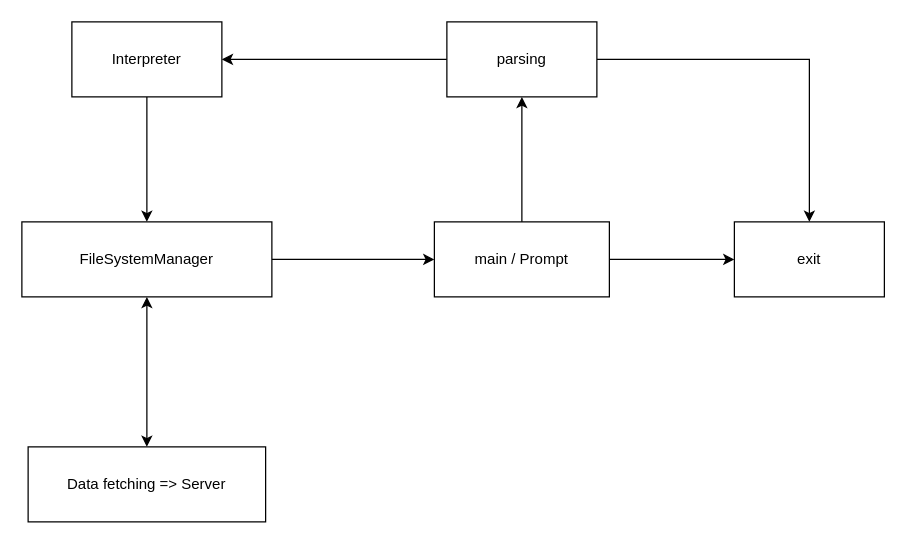
This is page "Main functionment" (2 of 4) of docs/DBMS_architecture.drawio from 42-AI/DBMS, a draw.io file, before an edit. Source tidied: cells renumbered, new cells numbered last; positions are measured from the earlier drawing's top-left corner, leaving out a move shared by most shapes. Both pictures are drawn from the tidied source at 125%, with x=0, y=0 at pixel (21, 21).
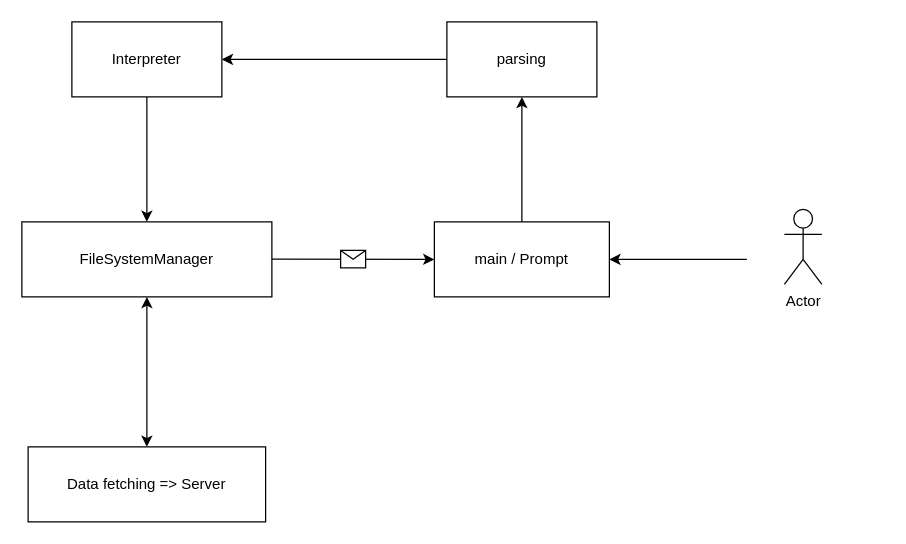
The same page after the edit.

What changed in the source:
```diff
@@
 <mxGraphModel>
   <root>
     <mxCell id="0" />
     <mxCell id="1" parent="0" />
     <mxCell id="2" style="edgeStyle=orthogonalEdgeStyle;rounded=0;jettySize=auto;html=1;" parent="1" edge="1" source="4" target="8">
       <mxGeometry relative="1" as="geometry" />
     </mxCell>
-    <mxCell id="3" style="edgeStyle=orthogonalEdgeStyle;rounded=0;jettySize=auto;html=1;" parent="1" edge="1" source="4" target="13">
-      <mxGeometry relative="1" as="geometry" />
-    </mxCell>
     <mxCell id="4" value="main / Prompt" style="rounded=0;whiteSpace=wrap;html=1;" parent="1" vertex="1">
       <mxGeometry x="330" y="160" width="140" height="60" as="geometry" />
     </mxCell>
     <mxCell id="5" style="edgeStyle=orthogonalEdgeStyle;rounded=0;jettySize=auto;html=1;exitX=0.5;exitY=1;exitDx=0;exitDy=0;" parent="1" edge="1" source="12" target="10">
       <mxGeometry relative="1" as="geometry" />
     </mxCell>
     <mxCell id="6" style="edgeStyle=orthogonalEdgeStyle;rounded=0;jettySize=auto;html=1;" parent="1" edge="1" source="8" target="12">
       <mxGeometry relative="1" as="geometry" />
     </mxCell>
-    <mxCell id="7" style="edgeStyle=orthogonalEdgeStyle;rounded=0;jettySize=auto;html=1;" parent="1" edge="1" source="8" target="13">
-      <mxGeometry relative="1" as="geometry" />
-    </mxCell>
     <mxCell id="8" value="parsing" style="whiteSpace=wrap;html=1;rounded=0;" parent="1" vertex="1">
       <mxGeometry x="340" width="120" height="60" as="geometry" />
     </mxCell>
-    <mxCell id="9" style="edgeStyle=orthogonalEdgeStyle;rounded=0;jettySize=auto;html=1;" parent="1" edge="1" source="10" target="4">
-      <mxGeometry relative="1" as="geometry" />
-    </mxCell>
     <mxCell id="10" value="FileSystemManager" style="whiteSpace=wrap;html=1;rounded=0;" parent="1" vertex="1">
       <mxGeometry y="160" width="200" height="60" as="geometry" />
     </mxCell>
     <mxCell id="11" value="Data fetching =&amp;gt; Server" style="whiteSpace=wrap;html=1;rounded=0;" parent="1" vertex="1">
       <mxGeometry x="5" y="340" width="190" height="60" as="geometry" />
     </mxCell>
     <mxCell id="12" value="Interpreter" style="rounded=0;whiteSpace=wrap;html=1;" parent="1" vertex="1">
       <mxGeometry x="40" width="120" height="60" as="geometry" />
     </mxCell>
-    <mxCell id="13" value="exit" style="rounded=0;whiteSpace=wrap;html=1;" parent="1" vertex="1">
-      <mxGeometry x="570" y="160" width="120" height="60" as="geometry" />
-    </mxCell>
     <mxCell id="14" style="endArrow=classic;startArrow=classic;html=1;rounded=0;exitX=0.5;exitY=0;exitDx=0;exitDy=0;" parent="1" edge="1" source="11" target="10">
       <mxGeometry relative="1" as="geometry" />
     </mxCell>
+    <mxCell id="15" style="endArrow=classic;html=1;rounded=0;entryX=1;entryY=0.5;entryDx=0;entryDy=0;" parent="1" edge="1" target="4">
+      <mxGeometry relative="1" as="geometry">
+        <mxPoint x="580" y="190" as="sourcePoint" />
+      </mxGeometry>
+    </mxCell>
+    <mxCell id="16" style="endArrow=classic;html=1;rounded=0;entryX=0;entryY=0.5;entryDx=0;entryDy=0;" parent="1" edge="1" target="4">
+      <mxGeometry relative="1" as="geometry">
+        <mxPoint x="200" y="189.7" as="sourcePoint" />
+      </mxGeometry>
+    </mxCell>
+    <mxCell id="17" style="shape=message;html=1;" parent="16" vertex="1">
+      <mxGeometry width="20" height="14" relative="1" as="geometry">
+        <mxPoint x="-10" y="-7" as="offset" />
+      </mxGeometry>
+    </mxCell>
+    <mxCell id="18" value="Actor" style="shape=umlActor;verticalLabelPosition=bottom;verticalAlign=top;html=1;" parent="1" vertex="1">
+      <mxGeometry x="610" y="150" width="30" height="60" as="geometry" />
+    </mxCell>
   </root>
 </mxGraphModel>
```
